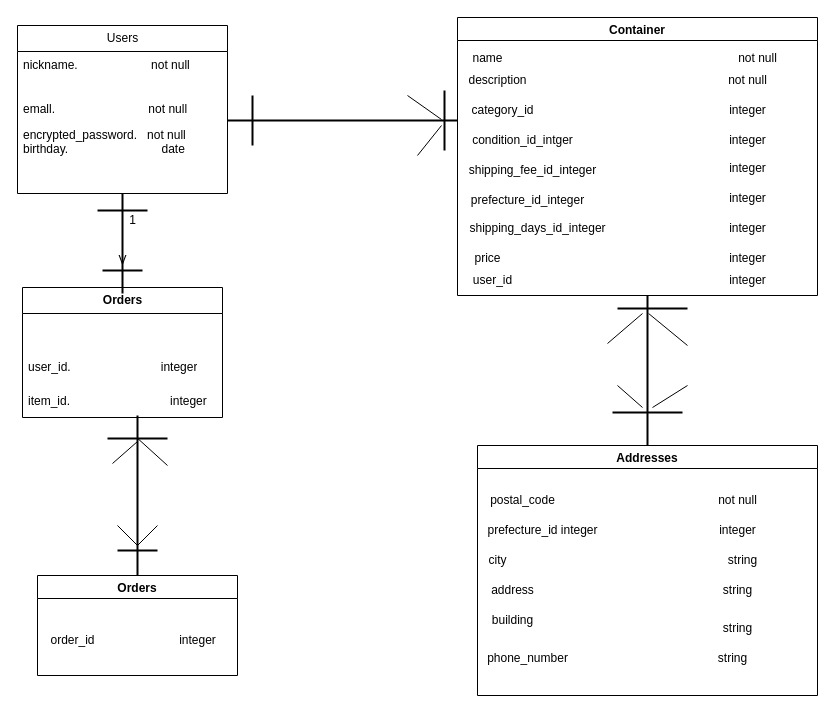
Before: test.dio in mofumofu8Y/furima-42232-2, a draw.io diagram. Source tidied: cells renumbered, new cells numbered last; positions are measured from the earlier drawing's top-left corner, leaving out a move shared by most shapes. Both pictures are drawn from the tidied source at 100%, with x=0, y=0 at pixel (17, 17).
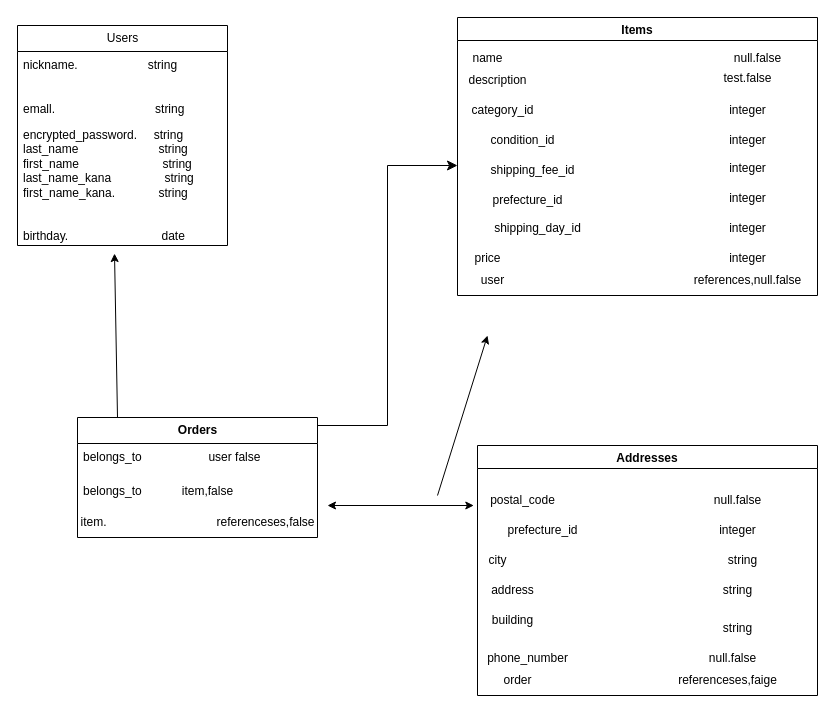
The same page after the edit.

Commit message:
データベース設計修正

The change refers to these unchanged cells:
```xml
<mxCell id="31" value="Addresses" style="swimlane;" parent="1" vertex="1">
  <mxGeometry x="460" y="428" width="340" height="250" as="geometry" />
</mxCell>
```

What changed in the source:
```diff
@@
     <mxCell id="2" value="Users" style="swimlane;fontStyle=0;horizontal=1;startSize=26;fillColor=none;html=1;" parent="1" vertex="1">
-      <mxGeometry y="8" width="210" height="168" as="geometry" />
+      <mxGeometry y="8" width="210" height="220" as="geometry" />
     </mxCell>
-    <mxCell id="3" value="nickname.&amp;nbsp; &amp;nbsp; &amp;nbsp; &amp;nbsp; &amp;nbsp; &amp;nbsp; &amp;nbsp; &amp;nbsp; &amp;nbsp; &amp;nbsp; &amp;nbsp; not null" style="text;strokeColor=none;fillColor=none;align=left;verticalAlign=top;spacingLeft=4;spacingRight=4;overflow=hidden;whiteSpace=wrap;html=1;" parent="2" vertex="1">
+    <mxCell id="3" value="nickname.&amp;nbsp; &amp;nbsp; &amp;nbsp; &amp;nbsp; &amp;nbsp; &amp;nbsp; &amp;nbsp; &amp;nbsp; &amp;nbsp; &amp;nbsp; &amp;nbsp;string" style="text;strokeColor=none;fillColor=none;align=left;verticalAlign=top;spacingLeft=4;spacingRight=4;overflow=hidden;whiteSpace=wrap;html=1;" parent="2" vertex="1">
       <mxGeometry y="26" width="210" height="44" as="geometry" />
     </mxCell>
-    <mxCell id="4" value="emall.&amp;nbsp; &amp;nbsp; &amp;nbsp; &amp;nbsp; &amp;nbsp; &amp;nbsp; &amp;nbsp; &amp;nbsp; &amp;nbsp; &amp;nbsp; &amp;nbsp; &amp;nbsp; &amp;nbsp; &amp;nbsp; not null&lt;div&gt;&lt;br&gt;&lt;/div&gt;" style="text;strokeColor=none;fillColor=none;align=left;verticalAlign=top;spacingLeft=4;spacingRight=4;overflow=hidden;whiteSpace=wrap;html=1;" parent="2" vertex="1">
+    <mxCell id="4" value="emall.&amp;nbsp; &amp;nbsp; &amp;nbsp; &amp;nbsp; &amp;nbsp; &amp;nbsp; &amp;nbsp; &amp;nbsp; &amp;nbsp; &amp;nbsp; &amp;nbsp; &amp;nbsp; &amp;nbsp; &amp;nbsp;&amp;nbsp;&lt;span style=&quot;color: rgb(0, 0, 0);&quot;&gt;&amp;nbsp;&amp;nbsp;string&lt;/span&gt;&lt;div&gt;&lt;br&gt;&lt;/div&gt;" style="text;strokeColor=none;fillColor=none;align=left;verticalAlign=top;spacingLeft=4;spacingRight=4;overflow=hidden;whiteSpace=wrap;html=1;" parent="2" vertex="1">
       <mxGeometry y="70" width="210" height="26" as="geometry" />
     </mxCell>
-    <mxCell id="5" value="encrypted_password.&amp;nbsp; &amp;nbsp;not null&lt;br&gt;birthday.&amp;nbsp; &amp;nbsp; &amp;nbsp; &amp;nbsp; &amp;nbsp; &amp;nbsp; &amp;nbsp; &amp;nbsp; &amp;nbsp; &amp;nbsp; &amp;nbsp; &amp;nbsp; &amp;nbsp; &amp;nbsp; date" style="text;strokeColor=none;fillColor=none;align=left;verticalAlign=top;spacingLeft=4;spacingRight=4;overflow=hidden;points=[[0,0.5],[1,0.5]];portConstraint=eastwest;whiteSpace=wrap;html=1;" parent="2" vertex="1">
-      <mxGeometry y="96" width="210" height="72" as="geometry" />
+    <mxCell id="5" value="encrypted_password.&amp;nbsp; &amp;nbsp;&lt;span style=&quot;color: rgb(0, 0, 0);&quot;&gt;&amp;nbsp;&amp;nbsp;string&lt;/span&gt;&lt;br&gt;last_name&amp;nbsp; &amp;nbsp; &amp;nbsp; &amp;nbsp; &amp;nbsp; &amp;nbsp; &amp;nbsp; &amp;nbsp; &amp;nbsp; &amp;nbsp; &amp;nbsp;&amp;nbsp;&lt;span style=&quot;color: rgb(0, 0, 0);&quot;&gt;&amp;nbsp;&amp;nbsp;string&lt;/span&gt;&lt;div&gt;&lt;font color=&quot;#000000&quot;&gt;first_name&amp;nbsp; &amp;nbsp; &amp;nbsp; &amp;nbsp; &amp;nbsp; &amp;nbsp; &amp;nbsp; &amp;nbsp; &amp;nbsp; &amp;nbsp; &amp;nbsp; &amp;nbsp;&lt;/font&gt;&lt;span style=&quot;color: rgb(0, 0, 0); background-color: transparent;&quot;&gt;&amp;nbsp;&lt;/span&gt;&lt;span style=&quot;color: rgb(0, 0, 0); background-color: transparent;&quot;&gt;&amp;nbsp;string&lt;/span&gt;&lt;/div&gt;&lt;div&gt;&lt;font color=&quot;#000000&quot;&gt;last_name_kana&amp;nbsp; &amp;nbsp; &amp;nbsp; &amp;nbsp; &amp;nbsp; &amp;nbsp; &amp;nbsp;&amp;nbsp;&lt;/font&gt;&lt;span style=&quot;color: rgb(0, 0, 0); background-color: transparent;&quot;&gt;&amp;nbsp;&lt;/span&gt;&lt;span style=&quot;color: rgb(0, 0, 0); background-color: transparent;&quot;&gt;&amp;nbsp;string&lt;/span&gt;&lt;/div&gt;&lt;div&gt;&lt;font color=&quot;#000000&quot;&gt;first_name_kana.&amp;nbsp; &amp;nbsp; &amp;nbsp; &amp;nbsp; &amp;nbsp; &amp;nbsp;&lt;span style=&quot;color: rgb(0, 0, 0);&quot;&gt;&amp;nbsp;&amp;nbsp;string&lt;/span&gt;&lt;br&gt;&lt;/font&gt;&lt;div&gt;&lt;br&gt;&lt;/div&gt;&lt;div&gt;&lt;br&gt;&lt;/div&gt;&lt;div&gt;birthday.&amp;nbsp; &amp;nbsp; &amp;nbsp; &amp;nbsp; &amp;nbsp; &amp;nbsp; &amp;nbsp; &amp;nbsp; &amp;nbsp; &amp;nbsp; &amp;nbsp; &amp;nbsp; &amp;nbsp; &amp;nbsp; date&lt;/div&gt;&lt;/div&gt;" style="text;strokeColor=none;fillColor=none;align=left;verticalAlign=top;spacingLeft=4;spacingRight=4;overflow=hidden;points=[[0,0.5],[1,0.5]];portConstraint=eastwest;whiteSpace=wrap;html=1;" parent="2" vertex="1">
+      <mxGeometry y="96" width="210" height="124" as="geometry" />
     </mxCell>
     <mxCell id="6" value="&lt;span style=&quot;color: rgb(0, 0, 0); font-weight: 700;&quot;&gt;Orders&lt;/span&gt;" style="swimlane;fontStyle=0;horizontal=1;startSize=26;fillColor=none;html=1;" parent="1" vertex="1">
-      <mxGeometry x="5" y="270" width="200" height="130" as="geometry" />
+      <mxGeometry x="60" y="400" width="240" height="120" as="geometry" />
     </mxCell>
-    <mxCell id="7" value="&amp;nbsp; &amp;nbsp; &amp;nbsp; &amp;nbsp; &amp;nbsp; &amp;nbsp; &amp;nbsp; &amp;nbsp; &amp;nbsp; &amp;nbsp; &amp;nbsp; &amp;nbsp; &amp;nbsp; &amp;nbsp; &amp;nbsp;&amp;nbsp;&lt;div&gt;&amp;nbsp; &amp;nbsp; &amp;nbsp; &amp;nbsp; &amp;nbsp; &amp;nbsp; &amp;nbsp; &amp;nbsp; &amp;nbsp; &amp;nbsp; &amp;nbsp; &amp;nbsp;&amp;nbsp;&lt;br&gt;&lt;/div&gt;" style="text;html=1;align=center;verticalAlign=middle;strokeColor=none;fillColor=none;rotation=0;" parent="6" vertex="1">
-      <mxGeometry y="26" width="200" height="40" as="geometry" />
-    </mxCell>
-    <mxCell id="8" value="user_id.&amp;nbsp; &amp;nbsp; &amp;nbsp; &amp;nbsp; &amp;nbsp; &amp;nbsp; &amp;nbsp; &amp;nbsp; &amp;nbsp; &amp;nbsp; &amp;nbsp; &amp;nbsp; &amp;nbsp; &amp;nbsp;integer" style="text;strokeColor=none;fillColor=none;align=left;verticalAlign=top;spacingLeft=4;spacingRight=4;overflow=hidden;whiteSpace=wrap;html=1;" parent="6" vertex="1">
-      <mxGeometry y="66" width="200" height="34" as="geometry" />
+    <mxCell id="8" value="belongs_to&amp;nbsp; &amp;nbsp; &amp;nbsp; &amp;nbsp; &amp;nbsp; &amp;nbsp; &amp;nbsp; &amp;nbsp; &amp;nbsp; &amp;nbsp; user false" style="text;strokeColor=none;fillColor=none;align=left;verticalAlign=top;spacingLeft=4;spacingRight=4;overflow=hidden;whiteSpace=wrap;html=1;" parent="6" vertex="1">
+      <mxGeometry y="26" width="240" height="34" as="geometry" />
     </mxCell>
-    <mxCell id="9" value="item_id.&amp;nbsp; &amp;nbsp; &amp;nbsp; &amp;nbsp; &amp;nbsp; &amp;nbsp; &amp;nbsp; &amp;nbsp; &amp;nbsp; &amp;nbsp; &amp;nbsp; &amp;nbsp; &amp;nbsp; &amp;nbsp; &amp;nbsp; integer" style="text;strokeColor=none;fillColor=none;align=left;verticalAlign=top;spacingLeft=4;spacingRight=4;overflow=hidden;whiteSpace=wrap;html=1;" parent="6" vertex="1">
-      <mxGeometry y="100" width="200" height="30" as="geometry" />
+    <mxCell id="9" value="&lt;span style=&quot;color: rgb(0, 0, 0);&quot;&gt;belongs_to&amp;nbsp; &amp;nbsp; &amp;nbsp; &amp;nbsp; &amp;nbsp; &amp;nbsp; item,false&lt;/span&gt;" style="text;strokeColor=none;fillColor=none;align=left;verticalAlign=top;spacingLeft=4;spacingRight=4;overflow=hidden;whiteSpace=wrap;html=1;" parent="6" vertex="1">
+      <mxGeometry y="60" width="240" height="30" as="geometry" />
     </mxCell>
-    <mxCell id="10" value="Orders" style="swimlane;" parent="1" vertex="1">
-      <mxGeometry x="20" y="558" width="200" height="100" as="geometry" />
-    </mxCell>
-    <mxCell id="11" value="order_id" style="text;html=1;align=center;verticalAlign=middle;strokeColor=none;fillColor=none;" parent="10" vertex="1">
-      <mxGeometry y="50" width="70" height="30" as="geometry" />
-    </mxCell>
-    <mxCell id="12" value="integer" style="text;html=1;align=center;verticalAlign=middle;strokeColor=none;fillColor=none;" parent="10" vertex="1">
-      <mxGeometry x="130" y="50" width="60" height="30" as="geometry" />
-    </mxCell>
+    <mxCell id="70" value="item.&amp;nbsp; &amp;nbsp; &amp;nbsp; &amp;nbsp; &amp;nbsp; &amp;nbsp; &amp;nbsp; &amp;nbsp; &amp;nbsp; &amp;nbsp; &amp;nbsp; &amp;nbsp; &amp;nbsp; &amp;nbsp; &amp;nbsp; &amp;nbsp; &amp;nbsp;referenceses,false" style="text;html=1;align=center;verticalAlign=middle;strokeColor=none;fillColor=none;" parent="6" vertex="1">
+      <mxGeometry y="90" width="240" height="30" as="geometry" />
+    </mxCell>
-    <mxCell id="13" value="Container" style="swimlane;" parent="1" vertex="1">
+    <mxCell id="13" value="Items" style="swimlane;" parent="1" vertex="1">
       <mxGeometry x="440" width="360" height="278" as="geometry" />
     </mxCell>
@@
-    <mxCell id="17" value="condition_id_intger" style="text;html=1;align=center;verticalAlign=middle;strokeColor=none;fillColor=none;" parent="13" vertex="1">
-      <mxGeometry x="5" y="108" width="120" height="30" as="geometry" />
+    <mxCell id="17" value="condition_id" style="text;html=1;align=center;verticalAlign=middle;strokeColor=none;fillColor=none;" parent="13" vertex="1">
+      <mxGeometry x="20" y="108" width="90" height="30" as="geometry" />
     </mxCell>
-    <mxCell id="18" value="shipping_fee_id_integer" style="text;html=1;align=center;verticalAlign=middle;strokeColor=none;fillColor=none;" parent="13" vertex="1">
-      <mxGeometry y="138" width="150" height="30" as="geometry" />
+    <mxCell id="18" value="shipping_fee_id" style="text;html=1;align=center;verticalAlign=middle;strokeColor=none;fillColor=none;" parent="13" vertex="1">
+      <mxGeometry x="20" y="138" width="110" height="30" as="geometry" />
     </mxCell>
-    <mxCell id="19" value="prefecture_id_integer" style="text;html=1;align=center;verticalAlign=middle;strokeColor=none;fillColor=none;" parent="13" vertex="1">
-      <mxGeometry y="168" width="140" height="30" as="geometry" />
+    <mxCell id="19" value="prefecture_id" style="text;html=1;align=center;verticalAlign=middle;strokeColor=none;fillColor=none;" parent="13" vertex="1">
+      <mxGeometry x="25" y="168" width="90" height="30" as="geometry" />
     </mxCell>
-    <mxCell id="20" value="shipping_days_id_integer" style="text;html=1;align=center;verticalAlign=middle;strokeColor=none;fillColor=none;" parent="13" vertex="1">
-      <mxGeometry y="196" width="160" height="30" as="geometry" />
+    <mxCell id="20" value="shipping_day_id" style="text;html=1;align=center;verticalAlign=middle;strokeColor=none;fillColor=none;" parent="13" vertex="1">
+      <mxGeometry x="25" y="196" width="110" height="30" as="geometry" />
     </mxCell>
@@
-    <mxCell id="22" value="user_id" style="text;html=1;align=center;verticalAlign=middle;strokeColor=none;fillColor=none;" parent="13" vertex="1">
-      <mxGeometry x="5" y="248" width="60" height="30" as="geometry" />
+    <mxCell id="22" value="user" style="text;html=1;align=center;verticalAlign=middle;strokeColor=none;fillColor=none;" parent="13" vertex="1">
+      <mxGeometry x="10" y="248" width="50" height="30" as="geometry" />
     </mxCell>
-    <mxCell id="23" value="&lt;span style=&quot;color: rgb(0, 0, 0);&quot;&gt;not null&lt;/span&gt;" style="text;html=1;align=center;verticalAlign=middle;strokeColor=none;fillColor=none;" parent="13" vertex="1">
-      <mxGeometry x="260" y="48" width="60" height="30" as="geometry" />
-    </mxCell>
@@
-    <mxCell id="30" value="&lt;span style=&quot;color: rgb(0, 0, 0);&quot;&gt;integer&lt;/span&gt;" style="text;html=1;align=center;verticalAlign=middle;strokeColor=none;fillColor=none;" parent="13" vertex="1">
-      <mxGeometry x="260" y="248" width="60" height="30" as="geometry" />
+    <mxCell id="30" value="references,null.false" style="text;html=1;align=center;verticalAlign=middle;strokeColor=none;fillColor=none;" parent="13" vertex="1">
+      <mxGeometry x="225" y="248" width="130" height="30" as="geometry" />
     </mxCell>
@@
-    <mxCell id="32" value="prefecture_id integer" style="text;html=1;align=center;verticalAlign=middle;strokeColor=none;fillColor=none;" parent="31" vertex="1">
-      <mxGeometry y="70" width="130" height="30" as="geometry" />
+    <mxCell id="32" value="prefecture_id" style="text;html=1;align=center;verticalAlign=middle;strokeColor=none;fillColor=none;" parent="31" vertex="1">
+      <mxGeometry x="20" y="70" width="90" height="30" as="geometry" />
     </mxCell>
@@
-    <mxCell id="38" value="not null" style="text;html=1;align=center;verticalAlign=middle;strokeColor=none;fillColor=none;" parent="31" vertex="1">
-      <mxGeometry x="230" y="40" width="60" height="30" as="geometry" />
+    <mxCell id="38" value="null.false" style="text;html=1;align=center;verticalAlign=middle;strokeColor=none;fillColor=none;" parent="31" vertex="1">
+      <mxGeometry x="225" y="40" width="70" height="30" as="geometry" />
     </mxCell>
@@
-    <mxCell id="42" value="&lt;span style=&quot;color: rgb(0, 0, 0);&quot;&gt;string&lt;/span&gt;" style="text;html=1;align=center;verticalAlign=middle;strokeColor=none;fillColor=none;" parent="31" vertex="1">
-      <mxGeometry x="230" y="198" width="50" height="30" as="geometry" />
+    <mxCell id="42" value="null.false" style="text;html=1;align=center;verticalAlign=middle;strokeColor=none;fillColor=none;" parent="31" vertex="1">
+      <mxGeometry x="220" y="198" width="70" height="30" as="geometry" />
     </mxCell>
@@
+    <mxCell id="71" value="order" style="text;html=1;align=center;verticalAlign=middle;strokeColor=none;fillColor=none;" parent="31" vertex="1">
+      <mxGeometry x="15" y="220" width="50" height="30" as="geometry" />
+    </mxCell>
+    <mxCell id="72" value="referenceses,faige" style="text;html=1;align=center;verticalAlign=middle;strokeColor=none;fillColor=none;" parent="31" vertex="1">
+      <mxGeometry x="190" y="220" width="120" height="30" as="geometry" />
+    </mxCell>
@@
-    <mxCell id="45" value="not null" style="text;html=1;align=center;verticalAlign=middle;strokeColor=none;fillColor=none;" parent="1" vertex="1">
-      <mxGeometry x="710" y="26" width="60" height="30" as="geometry" />
+    <mxCell id="45" value="null.false" style="text;html=1;align=center;verticalAlign=middle;strokeColor=none;fillColor=none;" parent="1" vertex="1">
+      <mxGeometry x="705" y="26" width="70" height="30" as="geometry" />
     </mxCell>
-    <mxCell id="46" style="line;strokeWidth=2;html=1;" parent="1" vertex="1">
-      <mxGeometry x="210" y="98" width="230" height="10" as="geometry" />
-    </mxCell>
-    <mxCell id="47" style="line;strokeWidth=2;direction=south;html=1;" parent="1" vertex="1">
-      <mxGeometry x="625" y="278" width="10" height="150" as="geometry" />
-    </mxCell>
-    <mxCell id="48" style="line;strokeWidth=2;direction=south;html=1;" parent="1" vertex="1">
-      <mxGeometry x="10" y="176" width="190" height="100" as="geometry" />
-    </mxCell>
-    <mxCell id="49" style="line;strokeWidth=2;direction=south;html=1;" parent="1" vertex="1">
-      <mxGeometry x="115" y="398" width="10" height="160" as="geometry" />
-    </mxCell>
-    <mxCell id="50" style="line;strokeWidth=2;html=1;" parent="1" vertex="1">
-      <mxGeometry x="80" y="188" width="50" height="10" as="geometry" />
-    </mxCell>
-    <mxCell id="51" value="&lt;div&gt;1&lt;/div&gt;" style="text;html=1;align=center;verticalAlign=middle;strokeColor=none;fillColor=none;" parent="1" vertex="1">
-      <mxGeometry x="100" y="188" width="30" height="30" as="geometry" />
-    </mxCell>
-    <mxCell id="52" style="line;strokeWidth=2;html=1;" parent="1" vertex="1">
-      <mxGeometry x="85" y="248" width="40" height="10" as="geometry" />
-    </mxCell>
-    <mxCell id="53" value="V" style="text;html=1;align=center;verticalAlign=middle;strokeColor=none;fillColor=none;" parent="1" vertex="1">
-      <mxGeometry x="90" y="228" width="30" height="30" as="geometry" />
-    </mxCell>
-    <mxCell id="54" style="line;strokeWidth=2;html=1;" parent="1" vertex="1">
-      <mxGeometry x="90" y="416" width="60" height="10" as="geometry" />
-    </mxCell>
-    <mxCell id="55" style="line;strokeWidth=2;html=1;" parent="1" vertex="1">
-      <mxGeometry x="100" y="528" width="40" height="10" as="geometry" />
-    </mxCell>
-    <mxCell id="56" style="endArrow=none;html=1;" parent="1" edge="1">
-      <mxGeometry relative="1" as="geometry">
-        <mxPoint x="95" y="446" as="sourcePoint" />
-        <mxPoint x="120" y="424" as="targetPoint" />
-      </mxGeometry>
-    </mxCell>
-    <mxCell id="57" style="endArrow=none;html=1;exitX=0.498;exitY=0.467;exitDx=0;exitDy=0;exitPerimeter=0;" parent="1" edge="1" source="54">
-      <mxGeometry relative="1" as="geometry">
-        <mxPoint x="150" y="448" as="targetPoint" />
-      </mxGeometry>
-    </mxCell>
-    <mxCell id="58" style="endArrow=none;html=1;" parent="1" edge="1">
-      <mxGeometry relative="1" as="geometry">
-        <mxPoint x="120" y="528" as="sourcePoint" />
-        <mxPoint x="140" y="508" as="targetPoint" />
-      </mxGeometry>
-    </mxCell>
-    <mxCell id="59" style="endArrow=none;html=1;" parent="1" edge="1">
-      <mxGeometry relative="1" as="geometry">
-        <mxPoint x="120" y="528" as="sourcePoint" />
-        <mxPoint x="100" y="508" as="targetPoint" />
-      </mxGeometry>
-    </mxCell>
-    <mxCell id="60" style="line;strokeWidth=2;direction=south;html=1;" parent="1" vertex="1">
-      <mxGeometry x="230" y="78" width="10" height="50" as="geometry" />
-    </mxCell>
-    <mxCell id="61" style="line;strokeWidth=2;direction=south;html=1;" parent="1" vertex="1">
-      <mxGeometry x="414" y="73" width="26" height="60" as="geometry" />
-    </mxCell>
-    <mxCell id="62" style="endArrow=none;html=1;" parent="1" edge="1">
-      <mxGeometry relative="1" as="geometry">
-        <mxPoint x="390" y="78" as="sourcePoint" />
-        <mxPoint x="424" y="102" as="targetPoint" />
-      </mxGeometry>
-    </mxCell>
-    <mxCell id="63" style="endArrow=none;html=1;" parent="1" edge="1">
-      <mxGeometry relative="1" as="geometry">
-        <mxPoint x="400" y="138" as="sourcePoint" />
-        <mxPoint x="424" y="108" as="targetPoint" />
-      </mxGeometry>
-    </mxCell>
-    <mxCell id="64" style="endArrow=none;html=1;" parent="1" edge="1">
-      <mxGeometry relative="1" as="geometry">
-        <mxPoint x="590" y="326" as="sourcePoint" />
-        <mxPoint x="625" y="296" as="targetPoint" />
-      </mxGeometry>
-    </mxCell>
-    <mxCell id="65" style="endArrow=none;html=1;" parent="1" edge="1">
-      <mxGeometry relative="1" as="geometry">
-        <mxPoint x="670" y="328" as="sourcePoint" />
-        <mxPoint x="631.1" y="296" as="targetPoint" />
-      </mxGeometry>
-    </mxCell>
-    <mxCell id="66" style="line;strokeWidth=2;html=1;" parent="1" vertex="1">
-      <mxGeometry x="600" y="286" width="70" height="10" as="geometry" />
-    </mxCell>
-    <mxCell id="67" style="line;strokeWidth=2;html=1;" parent="1" vertex="1">
-      <mxGeometry x="595" y="390" width="70" height="10" as="geometry" />
-    </mxCell>
-    <mxCell id="68" style="endArrow=none;html=1;" parent="1" edge="1">
-      <mxGeometry relative="1" as="geometry">
-        <mxPoint x="635" y="390" as="sourcePoint" />
-        <mxPoint x="670" y="368" as="targetPoint" />
-      </mxGeometry>
-    </mxCell>
-    <mxCell id="69" style="endArrow=none;html=1;" parent="1" edge="1">
-      <mxGeometry relative="1" as="geometry">
-        <mxPoint x="625" y="390" as="sourcePoint" />
-        <mxPoint x="600" y="368" as="targetPoint" />
-      </mxGeometry>
-    </mxCell>
+    <mxCell id="73" value="test.false" style="text;html=1;align=center;verticalAlign=middle;strokeColor=none;fillColor=none;" parent="1" vertex="1">
+      <mxGeometry x="695" y="46" width="70" height="30" as="geometry" />
+    </mxCell>
+    <mxCell id="74" style="endArrow=classic;html=1;entryX=0.462;entryY=1.065;entryDx=0;entryDy=0;entryPerimeter=0;" parent="1" edge="1" target="5">
+      <mxGeometry relative="1" as="geometry">
+        <mxPoint x="100" y="400" as="sourcePoint" />
+      </mxGeometry>
+    </mxCell>
+    <mxCell id="75" style="endArrow=classic;startArrow=classic;html=1;entryX=-0.012;entryY=0.549;entryDx=0;entryDy=0;entryPerimeter=0;" parent="1" edge="1">
+      <mxGeometry relative="1" as="geometry">
+        <mxPoint x="310" y="488" as="sourcePoint" />
+        <mxPoint x="456.3" y="488" as="targetPoint" />
+      </mxGeometry>
+    </mxCell>
+    <mxCell id="76" style="endArrow=classic;html=1;" parent="1" edge="1">
+      <mxGeometry relative="1" as="geometry">
+        <mxPoint x="420" y="478" as="sourcePoint" />
+        <mxPoint x="470" y="318" as="targetPoint" />
+      </mxGeometry>
+    </mxCell>
+    <mxCell id="77" style="edgeStyle=elbowEdgeStyle;elbow=horizontal;endArrow=classic;html=1;curved=0;rounded=0;endSize=8;startSize=8;" parent="1" edge="1">
+      <mxGeometry relative="1" as="geometry">
+        <mxPoint x="300" y="408" as="sourcePoint" />
+        <mxPoint x="440" y="148" as="targetPoint" />
+      </mxGeometry>
+    </mxCell>
```
